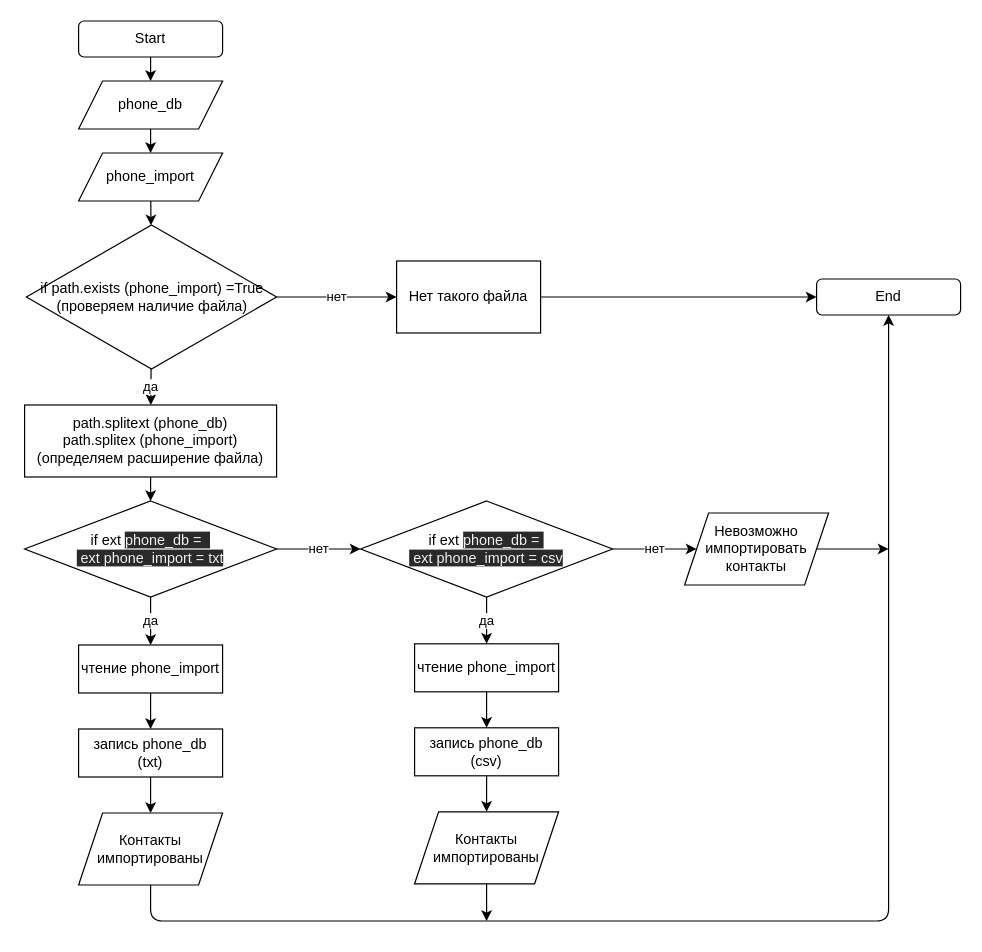
Before: algorithm_import.drawio in PrinceIgor2/Command_work, a draw.io diagram. Source tidied: cells renumbered, new cells numbered last; positions are measured from the earlier drawing's top-left corner, leaving out a move shared by most shapes. Both pictures are drawn from the tidied source at 120%, with x=0, y=0 at pixel (24, 20).
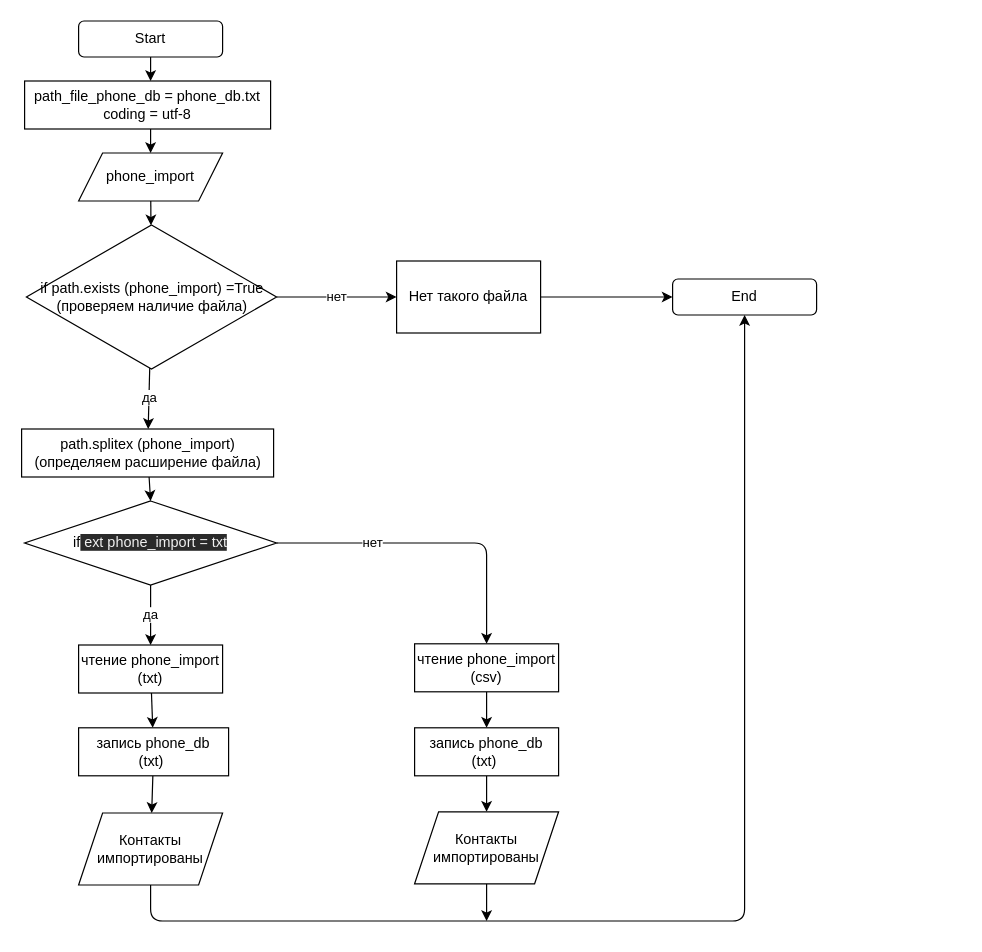
After the change.

Commit message (it also covers changes not shown here):
corrected block diagram of the algorithm

The change refers to these unchanged cells:
```xml
<mxCell id="3" value="Start" style="rounded=1;whiteSpace=wrap;html=1;" parent="1" vertex="1">
  <mxGeometry x="45" width="120" height="30" as="geometry" />
</mxCell>
<mxCell id="8" value="phone_import" style="shape=parallelogram;perimeter=parallelogramPerimeter;whiteSpace=wrap;html=1;fixedSize=1;" parent="1" vertex="1">
  <mxGeometry x="45" y="110" width="120" height="40" as="geometry" />
</mxCell>
<mxCell id="22" value="Контакты импортированы" style="shape=parallelogram;perimeter=parallelogramPerimeter;whiteSpace=wrap;html=1;fixedSize=1;" parent="1" vertex="1">
  <mxGeometry x="45" y="660" width="120" height="60" as="geometry" />
</mxCell>
```

What changed in the source:
```diff
@@
-    <mxCell id="2" style="edgeStyle=none;html=1;" parent="1" edge="1" source="3" target="5">
-      <mxGeometry relative="1" as="geometry" />
+    <mxCell id="2" style="edgeStyle=none;html=1;" parent="1" edge="1" source="3">
+      <mxGeometry relative="1" as="geometry">
+        <mxPoint x="105" y="50" as="targetPoint" />
+      </mxGeometry>
     </mxCell>
@@
-    <mxCell id="4" style="edgeStyle=none;html=1;" parent="1" edge="1" source="5" target="8">
-      <mxGeometry relative="1" as="geometry" />
+    <mxCell id="4" style="edgeStyle=none;html=1;" parent="1" edge="1" target="8">
+      <mxGeometry relative="1" as="geometry">
+        <mxPoint x="105" y="90" as="sourcePoint" />
+      </mxGeometry>
     </mxCell>
-    <mxCell id="5" value="phone_db" style="shape=parallelogram;perimeter=parallelogramPerimeter;whiteSpace=wrap;html=1;fixedSize=1;" parent="1" vertex="1">
-      <mxGeometry x="45" y="50" width="120" height="40" as="geometry" />
-    </mxCell>
@@
-    <mxCell id="13" value="path.splitext (phone_db)&lt;br&gt;path.splitex (phone_import)&lt;br&gt;(определяем расширение файла)" style="whiteSpace=wrap;html=1;" parent="1" vertex="1">
-      <mxGeometry y="320" width="210" height="60" as="geometry" />
+    <mxCell id="13" value="path.splitex (phone_import)&lt;br&gt;(определяем расширение файла)" style="whiteSpace=wrap;html=1;" parent="1" vertex="1">
+      <mxGeometry x="-2.5" y="340" width="210" height="40" as="geometry" />
     </mxCell>
@@
-    <mxCell id="15" value="нет" style="edgeStyle=none;html=1;" parent="1" edge="1" source="16" target="27">
-      <mxGeometry relative="1" as="geometry" />
+    <mxCell id="15" value="нет" style="edgeStyle=none;html=1;entryX=0.5;entryY=0;entryDx=0;entryDy=0;" parent="1" edge="1" source="16" target="29">
+      <mxGeometry x="-0.38" relative="1" as="geometry">
+        <Array as="points">
+          <mxPoint x="385" y="435" />
+        </Array>
+      </mxGeometry>
     </mxCell>
-    <mxCell id="16" value="if ext&amp;nbsp;&lt;span style=&quot;color: rgb(240 , 240 , 240) ; font-family: &amp;#34;helvetica&amp;#34; ; font-size: 12px ; font-style: normal ; font-weight: 400 ; letter-spacing: normal ; text-align: center ; text-indent: 0px ; text-transform: none ; word-spacing: 0px ; background-color: rgb(42 , 42 , 42) ; display: inline ; float: none&quot;&gt;phone_db =&amp;nbsp;&amp;nbsp;&lt;br&gt;&amp;nbsp;ext phone_import = txt&lt;/span&gt;" style="rhombus;whiteSpace=wrap;html=1;" parent="1" vertex="1">
-      <mxGeometry y="400" width="210" height="80" as="geometry" />
+    <mxCell id="16" value="if&lt;span style=&quot;color: rgb(240 , 240 , 240) ; font-family: &amp;#34;helvetica&amp;#34; ; font-size: 12px ; font-style: normal ; font-weight: 400 ; letter-spacing: normal ; text-align: center ; text-indent: 0px ; text-transform: none ; word-spacing: 0px ; background-color: rgb(42 , 42 , 42) ; display: inline ; float: none&quot;&gt;&amp;nbsp;ext phone_import = txt&lt;/span&gt;" style="rhombus;whiteSpace=wrap;html=1;" parent="1" vertex="1">
+      <mxGeometry y="400" width="210" height="70" as="geometry" />
     </mxCell>
@@
-    <mxCell id="18" value="чтение phone_import" style="whiteSpace=wrap;html=1;" parent="1" vertex="1">
+    <mxCell id="18" value="чтение phone_import&lt;br&gt;(txt)" style="whiteSpace=wrap;html=1;" parent="1" vertex="1">
       <mxGeometry x="45" y="520" width="120" height="40" as="geometry" />
     </mxCell>
@@
-    <mxCell id="20" value="запись phone_db (txt)" style="whiteSpace=wrap;html=1;" parent="1" vertex="1">
-      <mxGeometry x="45" y="590" width="120" height="40" as="geometry" />
+    <mxCell id="20" value="запись phone_db&lt;br&gt;(txt)&amp;nbsp;" style="whiteSpace=wrap;html=1;" parent="1" vertex="1">
+      <mxGeometry x="45" y="589" width="125" height="40" as="geometry" />
     </mxCell>
     <mxCell id="21" style="edgeStyle=none;html=1;entryX=0.5;entryY=1;entryDx=0;entryDy=0;" parent="1" edge="1" source="22" target="36">
       <mxGeometry relative="1" as="geometry">
         <Array as="points">
           <mxPoint x="105" y="750" />
           <mxPoint x="430" y="750" />
-          <mxPoint x="720" y="750" />
+          <mxPoint x="600" y="750" />
+          <mxPoint x="600" y="680" />
+          <mxPoint x="600" y="490" />
         </Array>
       </mxGeometry>
     </mxCell>
@@
-    <mxCell id="23" style="edgeStyle=none;html=1;" parent="1" edge="1" source="24">
-      <mxGeometry relative="1" as="geometry">
-        <mxPoint x="720" y="440" as="targetPoint" />
-      </mxGeometry>
-    </mxCell>
-    <mxCell id="24" value="Невозможно импортировать контакты" style="shape=parallelogram;perimeter=parallelogramPerimeter;whiteSpace=wrap;html=1;fixedSize=1;" parent="1" vertex="1">
-      <mxGeometry x="550" y="410" width="120" height="60" as="geometry" />
-    </mxCell>
-    <mxCell id="25" value="да" style="edgeStyle=none;html=1;entryX=0.5;entryY=0;entryDx=0;entryDy=0;" parent="1" edge="1" source="27" target="29">
-      <mxGeometry relative="1" as="geometry" />
-    </mxCell>
-    <mxCell id="26" value="нет" style="edgeStyle=none;html=1;" parent="1" edge="1" source="27" target="24">
-      <mxGeometry relative="1" as="geometry" />
-    </mxCell>
-    <mxCell id="27" value="if ext&amp;nbsp;&lt;span style=&quot;color: rgb(240 , 240 , 240) ; font-family: &amp;#34;helvetica&amp;#34; ; font-size: 12px ; font-style: normal ; font-weight: 400 ; letter-spacing: normal ; text-align: center ; text-indent: 0px ; text-transform: none ; word-spacing: 0px ; background-color: rgb(42 , 42 , 42) ; display: inline ; float: none&quot;&gt;phone_db =&amp;nbsp;&lt;br&gt;&amp;nbsp;ext phone_import = csv&lt;/span&gt;" style="rhombus;whiteSpace=wrap;html=1;" parent="1" vertex="1">
-      <mxGeometry x="280" y="400" width="210" height="80" as="geometry" />
-    </mxCell>
@@
-    <mxCell id="29" value="чтение phone_import" style="whiteSpace=wrap;html=1;" parent="1" vertex="1">
+    <mxCell id="29" value="чтение phone_import&lt;br&gt;(csv)" style="whiteSpace=wrap;html=1;" parent="1" vertex="1">
       <mxGeometry x="325" y="519" width="120" height="40" as="geometry" />
     </mxCell>
@@
-    <mxCell id="31" value="запись phone_db (csv)" style="whiteSpace=wrap;html=1;" parent="1" vertex="1">
+    <mxCell id="31" value="запись phone_db&lt;br&gt;(txt)&amp;nbsp;" style="whiteSpace=wrap;html=1;" parent="1" vertex="1">
       <mxGeometry x="325" y="589" width="120" height="40" as="geometry" />
     </mxCell>
@@
     <mxCell id="36" value="End" style="rounded=1;whiteSpace=wrap;html=1;" parent="1" vertex="1">
-      <mxGeometry x="660" y="215" width="120" height="30" as="geometry" />
+      <mxGeometry x="540" y="215" width="120" height="30" as="geometry" />
     </mxCell>
+    <mxCell id="37" value="path_file_phone_db = phone_db.txt&lt;br&gt;coding = utf-8" style="rounded=0;whiteSpace=wrap;html=1;" parent="1" vertex="1">
+      <mxGeometry y="50" width="205" height="40" as="geometry" />
+    </mxCell>
```
